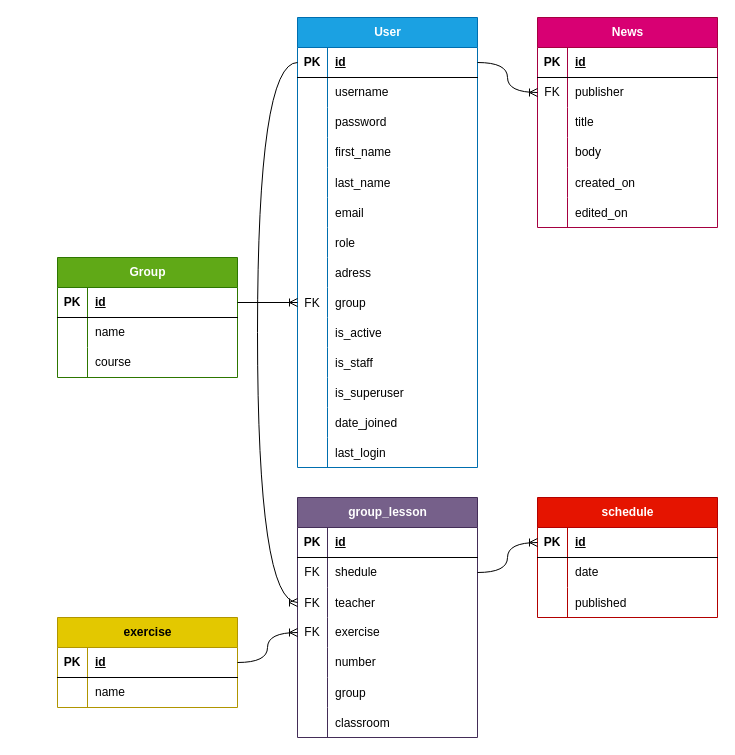
Earlier version of the draw.io diagram ER.drawio (on3ginnn/almetMedCollege). Source tidied: cells renumbered, new cells numbered last; positions are measured from the earlier drawing's top-left corner, leaving out a move shared by most shapes. Both pictures are drawn from the tidied source at 100%, with x=0, y=0 at pixel (57, 17).
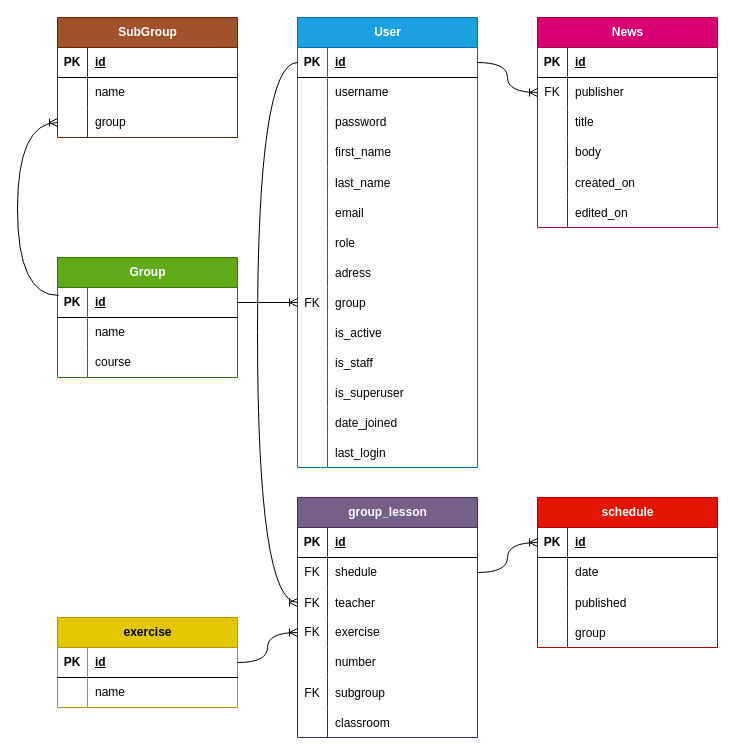
The same page after the edit.

Unchanged cells that the change refers to:
```xml
<mxCell id="46" style="shape=tableRow;horizontal=0;startSize=0;swimlaneHead=0;swimlaneBody=0;fillColor=none;points=[[0,0.5],[1,0.5]];portConstraint=eastwest;top=0;left=0;right=0;bottom=1;" parent="45" vertex="1">
  <mxGeometry y="30" width="180" height="30" as="geometry" />
</mxCell>
<mxCell id="109" style="shape=tableRow;horizontal=0;startSize=0;swimlaneHead=0;swimlaneBody=0;fillColor=none;top=0;left=0;right=0;bottom=0;" parent="93" vertex="1">
  <mxGeometry y="180" width="180" height="30" as="geometry" />
</mxCell>
```

The edit, as a diff of the source:
```diff
@@
     <mxCell id="83" value="schedule" style="shape=table;startSize=30;childLayout=tableLayout;rowLines=0;fontStyle=1;align=center;html=1;fillColor=#e51400;fontColor=#ffffff;strokeColor=#B20000;" parent="1" vertex="1">
-      <mxGeometry x="480" y="480" width="180" height="120" as="geometry" />
+      <mxGeometry x="480" y="480" width="180" height="150" as="geometry" />
     </mxCell>
@@
+    <mxCell id="118" style="shape=tableRow;horizontal=0;startSize=0;swimlaneHead=0;swimlaneBody=0;fillColor=none;top=0;left=0;right=0;bottom=0;" parent="83" vertex="1">
+      <mxGeometry y="120" width="180" height="30" as="geometry" />
+    </mxCell>
+    <mxCell id="119" style="shape=partialRectangle;fillColor=none;top=0;left=0;bottom=0;right=0;overflow=hidden;" parent="118" vertex="1">
+      <mxGeometry width="30" height="30" as="geometry" />
+    </mxCell>
+    <mxCell id="120" value="group" style="shape=partialRectangle;fillColor=none;top=0;left=0;bottom=0;right=0;align=left;spacingLeft=6;overflow=hidden;" parent="118" vertex="1">
+      <mxGeometry x="30" width="150" height="30" as="geometry" />
+    </mxCell>
@@
-    <mxCell id="110" style="shape=partialRectangle;fillColor=none;top=0;left=0;bottom=0;right=0;overflow=hidden;" parent="109" vertex="1">
+    <mxCell id="110" value="FK" style="shape=partialRectangle;fillColor=none;top=0;left=0;bottom=0;right=0;overflow=hidden;" parent="109" vertex="1">
       <mxGeometry width="30" height="30" as="geometry" />
     </mxCell>
-    <mxCell id="111" value="group" style="shape=partialRectangle;fillColor=none;top=0;left=0;bottom=0;right=0;align=left;spacingLeft=6;overflow=hidden;" parent="109" vertex="1">
+    <mxCell id="111" value="subgroup" style="shape=partialRectangle;fillColor=none;top=0;left=0;bottom=0;right=0;align=left;spacingLeft=6;overflow=hidden;" parent="109" vertex="1">
       <mxGeometry x="30" width="150" height="30" as="geometry" />
     </mxCell>
@@
+    <mxCell id="121" value="SubGroup" style="shape=table;startSize=30;childLayout=tableLayout;rowLines=0;fontStyle=1;align=center;html=1;fillColor=#a0522d;fontColor=#ffffff;strokeColor=#6D1F00;" parent="1" vertex="1">
+      <mxGeometry width="180" height="120" as="geometry" />
+    </mxCell>
+    <mxCell id="122" style="shape=tableRow;horizontal=0;startSize=0;swimlaneHead=0;swimlaneBody=0;fillColor=none;top=0;left=0;right=0;bottom=1;" parent="121" vertex="1">
+      <mxGeometry y="30" width="180" height="30" as="geometry" />
+    </mxCell>
+    <mxCell id="123" value="PK" style="shape=partialRectangle;fillColor=none;top=0;left=0;bottom=0;right=0;fontStyle=1;overflow=hidden;whiteSpace=wrap;html=1;" parent="122" vertex="1">
+      <mxGeometry width="30" height="30" as="geometry" />
+    </mxCell>
+    <mxCell id="124" value="id" style="shape=partialRectangle;fillColor=none;top=0;left=0;bottom=0;right=0;align=left;spacingLeft=6;fontStyle=5;overflow=hidden;whiteSpace=wrap;html=1;" parent="122" vertex="1">
+      <mxGeometry x="30" width="150" height="30" as="geometry" />
+    </mxCell>
+    <mxCell id="125" style="shape=tableRow;horizontal=0;startSize=0;swimlaneHead=0;swimlaneBody=0;fillColor=none;top=0;left=0;right=0;bottom=0;" parent="121" vertex="1">
+      <mxGeometry y="60" width="180" height="30" as="geometry" />
+    </mxCell>
+    <mxCell id="126" style="shape=partialRectangle;fillColor=none;top=0;left=0;bottom=0;right=0;overflow=hidden;whiteSpace=wrap;html=1;" parent="125" vertex="1">
+      <mxGeometry width="30" height="30" as="geometry" />
+    </mxCell>
+    <mxCell id="127" value="name" style="shape=partialRectangle;fillColor=none;top=0;left=0;bottom=0;right=0;align=left;spacingLeft=6;overflow=hidden;whiteSpace=wrap;html=1;" parent="125" vertex="1">
+      <mxGeometry x="30" width="150" height="30" as="geometry" />
+    </mxCell>
+    <mxCell id="128" style="shape=tableRow;horizontal=0;startSize=0;swimlaneHead=0;swimlaneBody=0;fillColor=none;points=[[0,0.5],[1,0.5]];portConstraint=eastwest;top=0;left=0;right=0;bottom=0;" parent="121" vertex="1">
+      <mxGeometry y="90" width="180" height="30" as="geometry" />
+    </mxCell>
+    <mxCell id="129" style="shape=partialRectangle;fillColor=none;top=0;left=0;bottom=0;right=0;overflow=hidden;whiteSpace=wrap;html=1;" parent="128" vertex="1">
+      <mxGeometry width="30" height="30" as="geometry" />
+    </mxCell>
+    <mxCell id="130" value="group" style="shape=partialRectangle;fillColor=none;top=0;left=0;bottom=0;right=0;align=left;spacingLeft=6;overflow=hidden;whiteSpace=wrap;html=1;" parent="128" vertex="1">
+      <mxGeometry x="30" width="150" height="30" as="geometry" />
+    </mxCell>
+    <mxCell id="131" style="edgeStyle=orthogonalEdgeStyle;fontSize=12;html=1;endArrow=ERoneToMany;rounded=0;entryX=0;entryY=0.5;entryDx=0;entryDy=0;exitX=0.006;exitY=0.267;exitDx=0;exitDy=0;exitPerimeter=0;curved=1;" parent="1" edge="1" source="46" target="128">
+      <mxGeometry relative="1" as="geometry">
+        <Array as="points">
+          <mxPoint x="-40" y="278" />
+          <mxPoint x="-40" y="105" />
+        </Array>
+      </mxGeometry>
+    </mxCell>
```
